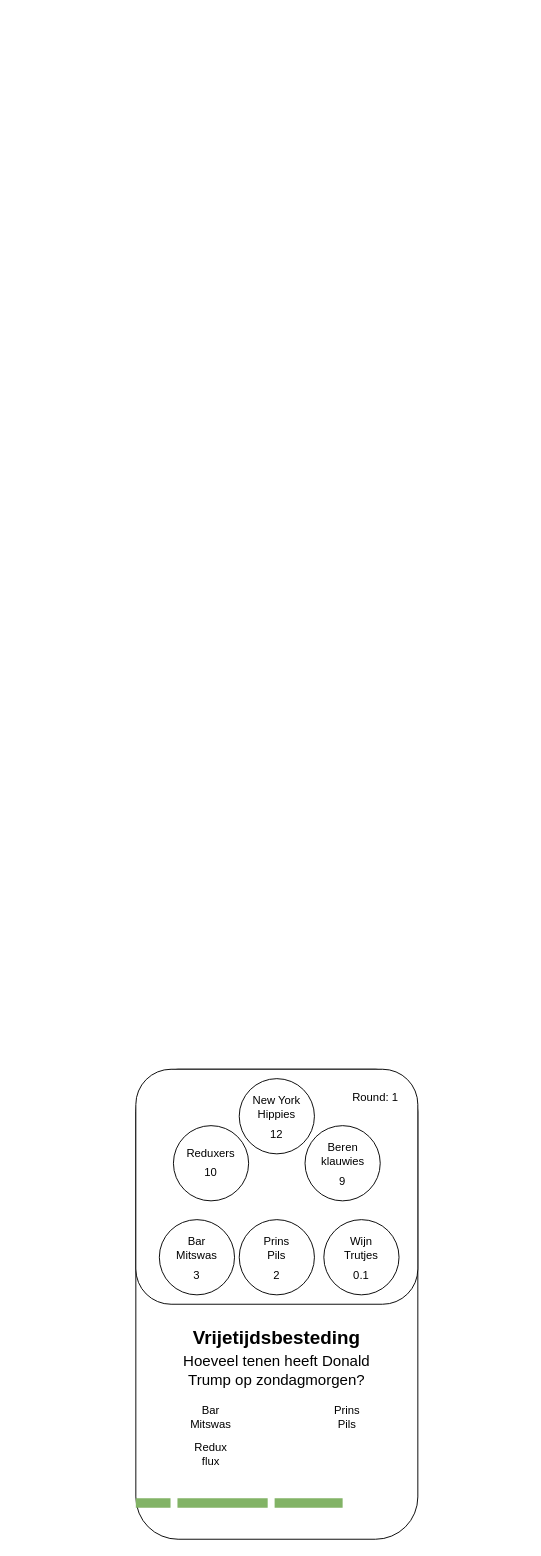
Before: page "Ongoing question" (1 of 2) of assets/Score/ScoreboardApp.drawio in TBeeren/PubQuiz, a draw.io diagram. Source tidied: cells renumbered, new cells numbered last; positions are measured from the earlier drawing's top-left corner, leaving out a move shared by most shapes. Both pictures are drawn from the tidied source at 94%, with x=0, y=0 at pixel (135, 1069).
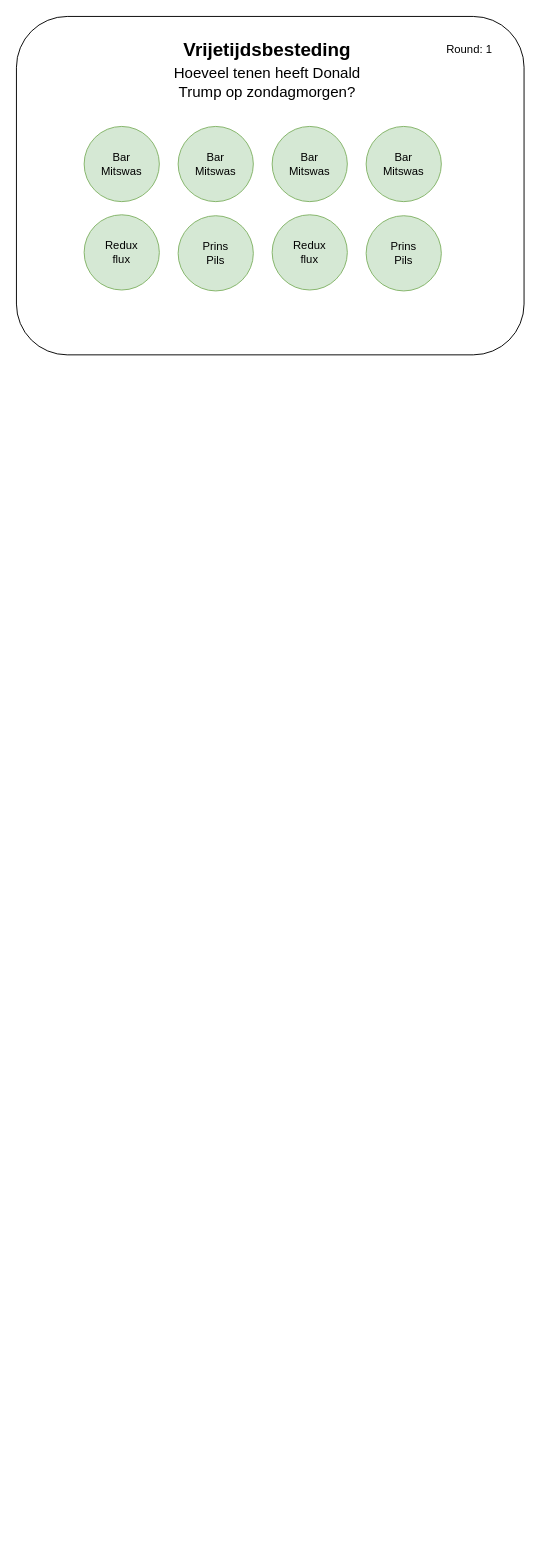
Above is the later version.

Diff of the diagram source:
```diff
@@
-    <mxCell id="2" style="rounded=1;whiteSpace=wrap;html=1;" parent="1" vertex="1">
-      <mxGeometry width="300" height="500" as="geometry" />
-    </mxCell>
-    <mxCell id="3" style="rounded=1;whiteSpace=wrap;html=1;align=center;" parent="1" vertex="1">
-      <mxGeometry width="300" height="250" as="geometry" />
-    </mxCell>
-    <mxCell id="4" style="ellipse;whiteSpace=wrap;html=1;" parent="1" vertex="1">
-      <mxGeometry x="25" y="160" width="80" height="80" as="geometry" />
-    </mxCell>
-    <mxCell id="5" style="ellipse;whiteSpace=wrap;html=1;" parent="1" vertex="1">
-      <mxGeometry x="110" y="160" width="80" height="80" as="geometry" />
-    </mxCell>
-    <mxCell id="6" style="ellipse;whiteSpace=wrap;html=1;" parent="1" vertex="1">
-      <mxGeometry x="200" y="160" width="80" height="80" as="geometry" />
-    </mxCell>
-    <mxCell id="7" style="ellipse;whiteSpace=wrap;html=1;" parent="1" vertex="1">
-      <mxGeometry x="180" y="60" width="80" height="80" as="geometry" />
-    </mxCell>
-    <mxCell id="8" style="ellipse;whiteSpace=wrap;html=1;" parent="1" vertex="1">
-      <mxGeometry x="40" y="60" width="80" height="80" as="geometry" />
-    </mxCell>
-    <mxCell id="9" style="ellipse;whiteSpace=wrap;html=1;" parent="1" vertex="1">
-      <mxGeometry x="110" y="10" width="80" height="80" as="geometry" />
-    </mxCell>
-    <mxCell id="10" style="edgeStyle=orthogonalEdgeStyle;rounded=0;orthogonalLoop=1;jettySize=auto;html=1;exitX=0.5;exitY=1;exitDx=0;exitDy=0;" parent="1" edge="1" source="11" target="11">
-      <mxGeometry relative="1" as="geometry" />
-    </mxCell>
-    <mxCell id="11" value="Reduxers" style="text;html=1;strokeColor=none;fillColor=none;align=center;verticalAlign=middle;whiteSpace=wrap;rounded=0;" parent="1" vertex="1">
-      <mxGeometry x="55" y="80" width="50" height="20" as="geometry" />
-    </mxCell>
-    <mxCell id="12" value="Bar&lt;br&gt;Mitswas" style="text;html=1;strokeColor=none;fillColor=none;align=center;verticalAlign=middle;whiteSpace=wrap;rounded=0;" parent="1" vertex="1">
-      <mxGeometry x="40" y="180" width="50" height="20" as="geometry" />
-    </mxCell>
-    <mxCell id="13" value="Beren&lt;br&gt;klauwies" style="text;html=1;strokeColor=none;fillColor=none;align=center;verticalAlign=middle;whiteSpace=wrap;rounded=0;" parent="1" vertex="1">
-      <mxGeometry x="192.5" y="80" width="55" height="20" as="geometry" />
-    </mxCell>
-    <mxCell id="14" value="New York Hippies" style="text;html=1;strokeColor=none;fillColor=none;align=center;verticalAlign=middle;whiteSpace=wrap;rounded=0;" parent="1" vertex="1">
-      <mxGeometry x="110" y="30" width="80" height="20" as="geometry" />
-    </mxCell>
-    <mxCell id="15" value="Prins&lt;br&gt;Pils" style="text;html=1;strokeColor=none;fillColor=none;align=center;verticalAlign=middle;whiteSpace=wrap;rounded=0;" parent="1" vertex="1">
-      <mxGeometry x="130" y="180" width="40" height="20" as="geometry" />
-    </mxCell>
-    <mxCell id="16" value="Wijn&lt;br&gt;Trutjes" style="text;html=1;strokeColor=none;fillColor=none;align=center;verticalAlign=middle;whiteSpace=wrap;rounded=0;" parent="1" vertex="1">
-      <mxGeometry x="220" y="180" width="40" height="20" as="geometry" />
-    </mxCell>
+    <mxCell id="30" style="rounded=1;whiteSpace=wrap;html=1;align=center;" parent="1" vertex="1">
+      <mxGeometry x="-127" y="-1120" width="540" height="360" as="geometry" />
+    </mxCell>
     <mxCell id="17" value="&lt;font style=&quot;font-size: 16px&quot;&gt;Hoeveel tenen heeft Donald Trump op zondagmorgen?&lt;/font&gt;" style="text;html=1;strokeColor=none;fillColor=none;align=center;verticalAlign=middle;whiteSpace=wrap;rounded=0;" parent="1" vertex="1">
-      <mxGeometry x="40" y="300" width="220" height="40" as="geometry" />
+      <mxGeometry x="30" y="-1070" width="220" height="40" as="geometry" />
     </mxCell>
-    <mxCell id="18" value="Bar&lt;br&gt;Mitswas" style="text;html=1;strokeColor=none;fillColor=none;align=center;verticalAlign=middle;whiteSpace=wrap;rounded=0;" parent="1" vertex="1">
-      <mxGeometry x="60" y="360" width="40" height="20" as="geometry" />
-    </mxCell>
-    <mxCell id="19" value="Redux&lt;br&gt;flux" style="text;html=1;strokeColor=none;fillColor=none;align=center;verticalAlign=middle;whiteSpace=wrap;rounded=0;" parent="1" vertex="1">
-      <mxGeometry x="60" y="400" width="40" height="20" as="geometry" />
-    </mxCell>
-    <mxCell id="20" value="Prins&lt;br&gt;Pils" style="text;html=1;strokeColor=none;fillColor=none;align=center;verticalAlign=middle;whiteSpace=wrap;rounded=0;" parent="1" vertex="1">
-      <mxGeometry x="205" y="360" width="40" height="20" as="geometry" />
-    </mxCell>
-    <mxCell id="21" value="10" style="text;html=1;strokeColor=none;fillColor=none;align=center;verticalAlign=middle;whiteSpace=wrap;rounded=0;" parent="1" vertex="1">
-      <mxGeometry x="60" y="100" width="40" height="20" as="geometry" />
-    </mxCell>
-    <mxCell id="22" value="12" style="text;html=1;strokeColor=none;fillColor=none;align=center;verticalAlign=middle;whiteSpace=wrap;rounded=0;" parent="1" vertex="1">
-      <mxGeometry x="130" y="60" width="40" height="20" as="geometry" />
-    </mxCell>
-    <mxCell id="23" value="9" style="text;html=1;strokeColor=none;fillColor=none;align=center;verticalAlign=middle;whiteSpace=wrap;rounded=0;" parent="1" vertex="1">
-      <mxGeometry x="200" y="110" width="40" height="20" as="geometry" />
-    </mxCell>
-    <mxCell id="24" value="3" style="text;html=1;strokeColor=none;fillColor=none;align=center;verticalAlign=middle;whiteSpace=wrap;rounded=0;" parent="1" vertex="1">
-      <mxGeometry x="45" y="210" width="40" height="20" as="geometry" />
-    </mxCell>
-    <mxCell id="25" value="2" style="text;html=1;strokeColor=none;fillColor=none;align=center;verticalAlign=middle;whiteSpace=wrap;rounded=0;" parent="1" vertex="1">
-      <mxGeometry x="130" y="210" width="40" height="20" as="geometry" />
-    </mxCell>
-    <mxCell id="26" value="0.1" style="text;html=1;strokeColor=none;fillColor=none;align=center;verticalAlign=middle;whiteSpace=wrap;rounded=0;" parent="1" vertex="1">
-      <mxGeometry x="220" y="210" width="40" height="20" as="geometry" />
-    </mxCell>
     <mxCell id="27" value="Vrijetijdsbesteding" style="text;html=1;strokeColor=none;fillColor=none;align=center;verticalAlign=middle;whiteSpace=wrap;rounded=0;fontSize=20;fontStyle=1;" parent="1" vertex="1">
-      <mxGeometry x="55" y="270" width="190" height="30" as="geometry" />
+      <mxGeometry x="45" y="-1100" width="190" height="30" as="geometry" />
     </mxCell>
     <mxCell id="28" value="Round: 1" style="text;html=1;strokeColor=none;fillColor=none;align=center;verticalAlign=middle;whiteSpace=wrap;rounded=0;" parent="1" vertex="1">
-      <mxGeometry x="220" y="20" width="70" height="20" as="geometry" />
+      <mxGeometry x="320" y="-1095" width="70" height="20" as="geometry" />
     </mxCell>
-    <mxCell id="29" style="verticalLabelPosition=bottom;verticalAlign=top;html=1;shadow=0;dashed=0;strokeWidth=10;shape=mxgraph.android.indeterminate_progress_bar;strokeColor=#82b366;fontSize=20;perimeterSpacing=0;fillColor=#d5e8d4;" parent="1" vertex="1">
-      <mxGeometry y="460" width="220" height="3" as="geometry" />
-    </mxCell>
+    <mxCell id="31" style="ellipse;whiteSpace=wrap;html=1;rounded=1;fillColor=#d5e8d4;strokeColor=#82b366;" parent="1" vertex="1">
+      <mxGeometry x="-55" y="-909" width="80" height="80" as="geometry" />
+    </mxCell>
+    <mxCell id="19" value="Redux&lt;br&gt;flux" style="text;html=1;strokeColor=none;fillColor=none;align=center;verticalAlign=middle;whiteSpace=wrap;rounded=0;" parent="1" vertex="1">
+      <mxGeometry x="-35" y="-879" width="40" height="20" as="geometry" />
+    </mxCell>
+    <mxCell id="32" style="group;" parent="1" vertex="1">
+      <mxGeometry x="45" y="-908" width="80" height="80" as="geometry" />
+    </mxCell>
+    <mxCell id="33" style="ellipse;whiteSpace=wrap;html=1;rounded=1;fillColor=#d5e8d4;strokeColor=#82b366;" parent="32" vertex="1">
+      <mxGeometry width="80" height="80" as="geometry" />
+    </mxCell>
+    <mxCell id="20" value="Prins&lt;br&gt;Pils" style="text;html=1;strokeColor=none;fillColor=none;align=center;verticalAlign=middle;whiteSpace=wrap;rounded=0;" parent="32" vertex="1">
+      <mxGeometry x="20" y="30" width="40" height="20" as="geometry" />
+    </mxCell>
+    <mxCell id="34" style="group;" parent="1" vertex="1">
+      <mxGeometry x="-55" y="-1003" width="80" height="80" as="geometry" />
+    </mxCell>
+    <mxCell id="35" style="ellipse;whiteSpace=wrap;html=1;rounded=1;fillColor=#d5e8d4;strokeColor=#82b366;" parent="34" vertex="1">
+      <mxGeometry width="80" height="80" as="geometry" />
+    </mxCell>
+    <mxCell id="18" value="Bar&lt;br&gt;Mitswas" style="text;html=1;strokeColor=none;fillColor=none;align=center;verticalAlign=middle;whiteSpace=wrap;rounded=0;" parent="34" vertex="1">
+      <mxGeometry x="20" y="30" width="40" height="20" as="geometry" />
+    </mxCell>
+    <mxCell id="36" style="group;" parent="1" vertex="1">
+      <mxGeometry x="45" y="-1003" width="80" height="80" as="geometry" />
+    </mxCell>
+    <mxCell id="37" style="ellipse;whiteSpace=wrap;html=1;rounded=1;fillColor=#d5e8d4;strokeColor=#82b366;" parent="36" vertex="1">
+      <mxGeometry width="80" height="80" as="geometry" />
+    </mxCell>
+    <mxCell id="38" value="Bar&lt;br&gt;Mitswas" style="text;html=1;strokeColor=none;fillColor=none;align=center;verticalAlign=middle;whiteSpace=wrap;rounded=0;" parent="36" vertex="1">
+      <mxGeometry x="20" y="30" width="40" height="20" as="geometry" />
+    </mxCell>
+    <mxCell id="39" style="ellipse;whiteSpace=wrap;html=1;rounded=1;fillColor=#d5e8d4;strokeColor=#82b366;" parent="1" vertex="1">
+      <mxGeometry x="145" y="-909" width="80" height="80" as="geometry" />
+    </mxCell>
+    <mxCell id="40" value="Redux&lt;br&gt;flux" style="text;html=1;strokeColor=none;fillColor=none;align=center;verticalAlign=middle;whiteSpace=wrap;rounded=0;" parent="1" vertex="1">
+      <mxGeometry x="165" y="-879" width="40" height="20" as="geometry" />
+    </mxCell>
+    <mxCell id="41" style="group;" parent="1" vertex="1">
+      <mxGeometry x="245" y="-908" width="80" height="80" as="geometry" />
+    </mxCell>
+    <mxCell id="42" style="ellipse;whiteSpace=wrap;html=1;rounded=1;fillColor=#d5e8d4;strokeColor=#82b366;" parent="41" vertex="1">
+      <mxGeometry width="80" height="80" as="geometry" />
+    </mxCell>
+    <mxCell id="15" value="Prins&lt;br&gt;Pils" style="text;html=1;strokeColor=none;fillColor=none;align=center;verticalAlign=middle;whiteSpace=wrap;rounded=0;" parent="41" vertex="1">
+      <mxGeometry x="20" y="30" width="40" height="20" as="geometry" />
+    </mxCell>
+    <mxCell id="43" style="group;" parent="1" vertex="1">
+      <mxGeometry x="145" y="-1003" width="80" height="80" as="geometry" />
+    </mxCell>
+    <mxCell id="44" style="ellipse;whiteSpace=wrap;html=1;rounded=1;fillColor=#d5e8d4;strokeColor=#82b366;" parent="43" vertex="1">
+      <mxGeometry width="80" height="80" as="geometry" />
+    </mxCell>
+    <mxCell id="45" value="Bar&lt;br&gt;Mitswas" style="text;html=1;strokeColor=none;fillColor=none;align=center;verticalAlign=middle;whiteSpace=wrap;rounded=0;" parent="43" vertex="1">
+      <mxGeometry x="20" y="30" width="40" height="20" as="geometry" />
+    </mxCell>
+    <mxCell id="46" style="group;" parent="1" vertex="1">
+      <mxGeometry x="245" y="-1003" width="80" height="80" as="geometry" />
+    </mxCell>
+    <mxCell id="47" style="ellipse;whiteSpace=wrap;html=1;rounded=1;fillColor=#d5e8d4;strokeColor=#82b366;" parent="46" vertex="1">
+      <mxGeometry width="80" height="80" as="geometry" />
+    </mxCell>
+    <mxCell id="48" value="Bar&lt;br&gt;Mitswas" style="text;html=1;strokeColor=none;fillColor=none;align=center;verticalAlign=middle;whiteSpace=wrap;rounded=0;" parent="46" vertex="1">
+      <mxGeometry x="20" y="30" width="40" height="20" as="geometry" />
+    </mxCell>
```
